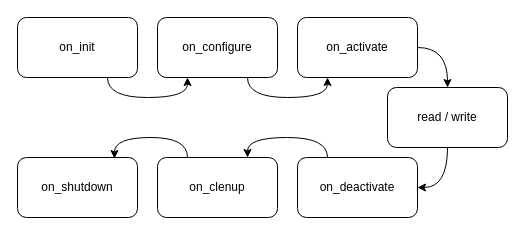
Before: doc/other-files/ros2_control_wh_plugin_transitions.drawio in xonder05/ROS2_For_Adeept_AWR, a draw.io diagram. Source tidied: cells renumbered, new cells numbered last; positions are measured from the earlier drawing's top-left corner, leaving out a move shared by most shapes. Both pictures are drawn from the tidied source at 100%, with x=0, y=0 at pixel (17, 17).
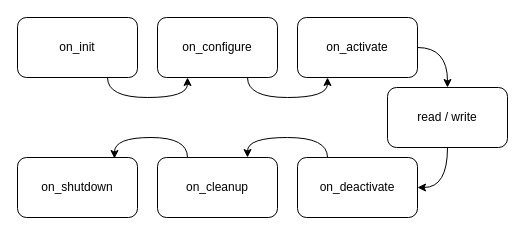
Above is the later version.

What changed in the source:
```diff
@@
 <mxGraphModel>
   <root>
     <mxCell id="0" />
     <mxCell id="1" parent="0" />
     <mxCell id="2" style="edgeStyle=orthogonalEdgeStyle;rounded=0;jettySize=auto;html=1;entryX=0.25;entryY=1;entryDx=0;entryDy=0;exitX=0.75;exitY=1;exitDx=0;exitDy=0;curved=1;" parent="1" edge="1" source="3" target="5">
       <mxGeometry relative="1" as="geometry" />
     </mxCell>
     <mxCell id="3" value="on_init" style="rounded=1;whiteSpace=wrap;html=1;" parent="1" vertex="1">
       <mxGeometry width="120" height="60" as="geometry" />
     </mxCell>
     <mxCell id="4" style="edgeStyle=orthogonalEdgeStyle;rounded=0;jettySize=auto;html=1;entryX=0.25;entryY=1;entryDx=0;entryDy=0;exitX=0.75;exitY=1;exitDx=0;exitDy=0;curved=1;" parent="1" edge="1" source="5" target="8">
       <mxGeometry relative="1" as="geometry" />
     </mxCell>
     <mxCell id="5" value="on_configure" style="rounded=1;whiteSpace=wrap;html=1;" parent="1" vertex="1">
       <mxGeometry x="140" width="120" height="60" as="geometry" />
     </mxCell>
-    <mxCell id="6" value="on_clenup" style="rounded=1;whiteSpace=wrap;html=1;" parent="1" vertex="1">
+    <mxCell id="6" value="on_cleanup" style="rounded=1;whiteSpace=wrap;html=1;" parent="1" vertex="1">
       <mxGeometry x="140" y="140" width="120" height="60" as="geometry" />
     </mxCell>
     <mxCell id="7" style="edgeStyle=orthogonalEdgeStyle;rounded=0;jettySize=auto;html=1;entryX=0.5;entryY=0;entryDx=0;entryDy=0;exitX=1;exitY=0.5;exitDx=0;exitDy=0;curved=1;" parent="1" edge="1" source="8" target="13">
       <mxGeometry relative="1" as="geometry" />
     </mxCell>
     <mxCell id="8" value="on_activate" style="rounded=1;whiteSpace=wrap;html=1;" parent="1" vertex="1">
       <mxGeometry x="280" width="120" height="60" as="geometry" />
     </mxCell>
     <mxCell id="9" style="edgeStyle=orthogonalEdgeStyle;rounded=0;jettySize=auto;html=1;entryX=0.75;entryY=0;entryDx=0;entryDy=0;exitX=0.25;exitY=0;exitDx=0;exitDy=0;curved=1;" parent="1" edge="1" source="10" target="6">
       <mxGeometry relative="1" as="geometry" />
     </mxCell>
     <mxCell id="10" value="on_deactivate" style="rounded=1;whiteSpace=wrap;html=1;" parent="1" vertex="1">
       <mxGeometry x="280" y="140" width="120" height="60" as="geometry" />
     </mxCell>
     <mxCell id="11" value="on_shutdown" style="rounded=1;whiteSpace=wrap;html=1;" parent="1" vertex="1">
       <mxGeometry y="140" width="120" height="60" as="geometry" />
     </mxCell>
     <mxCell id="12" style="edgeStyle=orthogonalEdgeStyle;rounded=0;jettySize=auto;html=1;entryX=1;entryY=0.5;entryDx=0;entryDy=0;curved=1;" parent="1" edge="1" source="13" target="10">
       <mxGeometry relative="1" as="geometry" />
     </mxCell>
     <mxCell id="13" value="read / write" style="rounded=1;whiteSpace=wrap;html=1;" parent="1" vertex="1">
       <mxGeometry x="370" y="70" width="120" height="60" as="geometry" />
     </mxCell>
     <mxCell id="14" style="edgeStyle=orthogonalEdgeStyle;rounded=0;jettySize=auto;html=1;entryX=0.808;entryY=0.017;entryDx=0;entryDy=0;entryPerimeter=0;exitX=0.25;exitY=0;exitDx=0;exitDy=0;curved=1;" parent="1" edge="1" source="6" target="11">
       <mxGeometry relative="1" as="geometry" />
     </mxCell>
   </root>
 </mxGraphModel>
```
